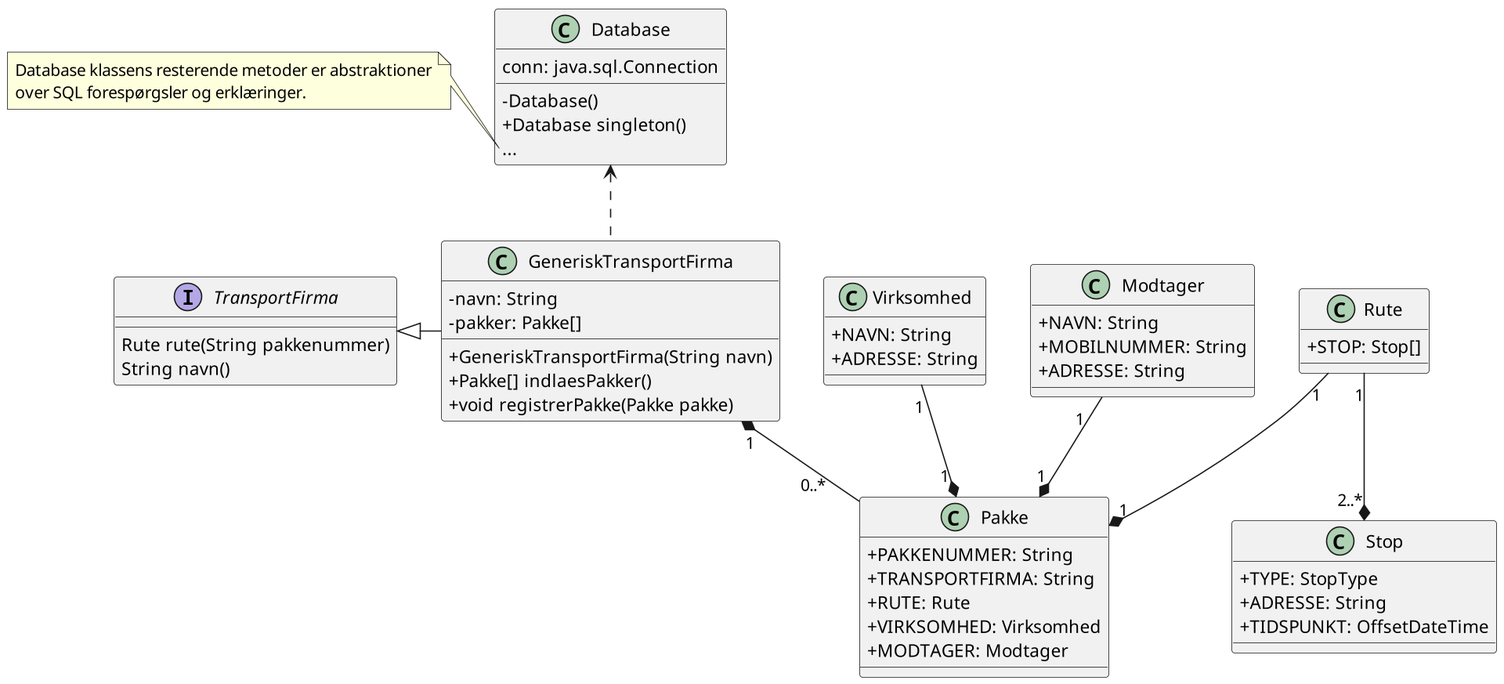
This is diagram/class-diagram.png from sofush/trace, a PlantUML export, as it was before one commit.
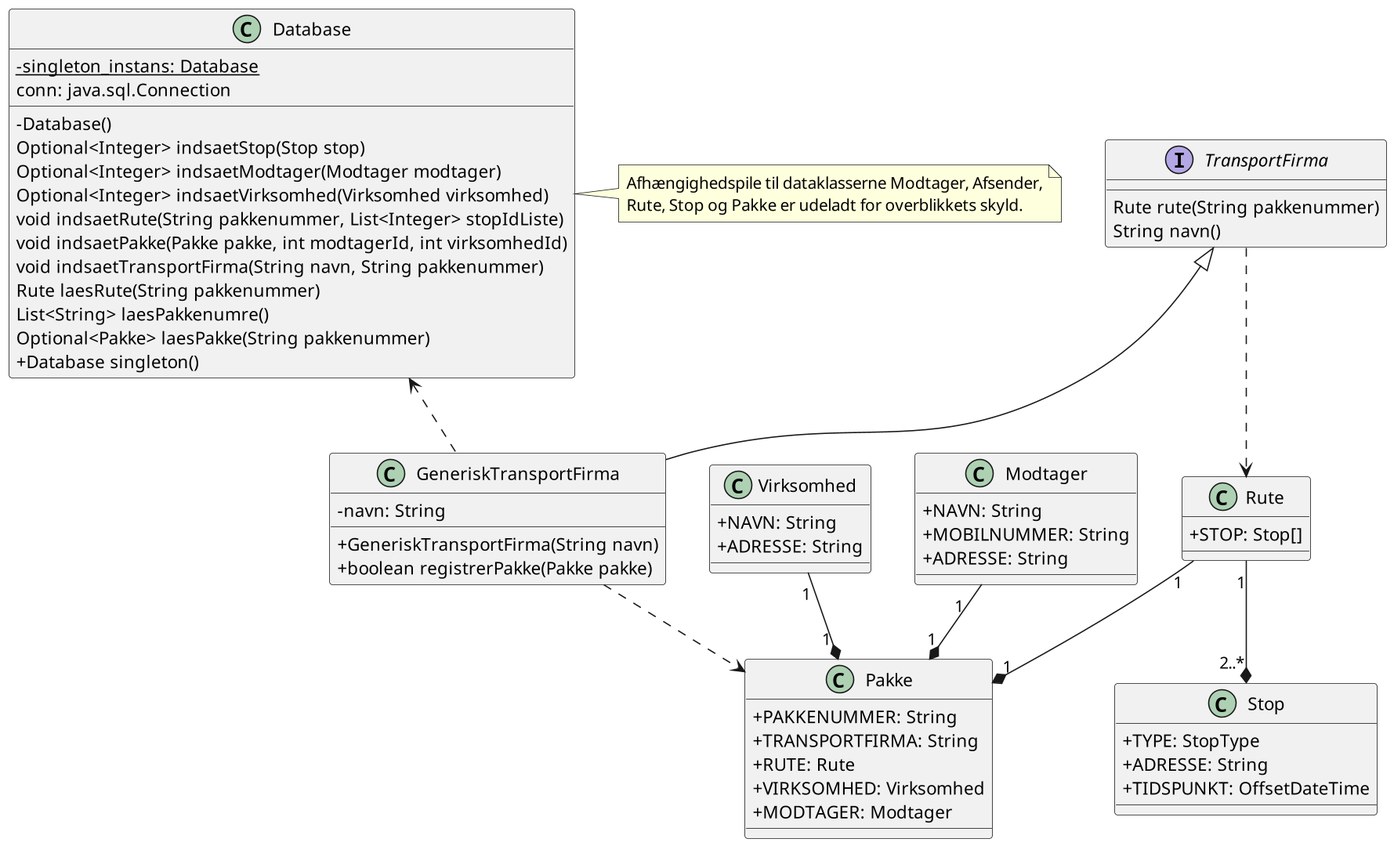
The same diagram one commit later.

Commit message:
docs: fiks returtype til registrerPakke i klasse diagrammet

The edit, as a diff of the source:
```diff
@@ -35,22 +35,30 @@
 Virksomhed "1" --* "1 " Pakke
 Modtager "1   " --* "1" Pakke
 class Database {
+	- {static} {field} singleton_instans: Database
 	{field} conn: java.sql.Connection
 	- Database()
+	Optional<Integer> indsaetStop(Stop stop)
+	Optional<Integer> indsaetModtager(Modtager modtager)
+	Optional<Integer> indsaetVirksomhed(Virksomhed virksomhed)
+	void indsaetRute(String pakkenummer, List<Integer> stopIdListe)
+	void indsaetPakke(Pakke pakke, int modtagerId, int virksomhedId)
+	void indsaetTransportFirma(String navn, String pakkenummer)
+	Rute laesRute(String pakkenummer)
+	List<String> laesPakkenumre()
+	Optional<Pakke> laesPakke(String pakkenummer)
 	+ Database singleton()
-	{method} ...
 }
-note left of Database::...
-	Database klassens resterende metoder er abstraktioner
-	over SQL forespørgsler og erklæringer.
+note right of Database
+	Afhængighedspile til dataklasserne Modtager, Afsender,
+	Rute, Stop og Pakke er udeladt for overblikkets skyld.
 end note
 Database <.. GeneriskTransportFirma
-GeneriskTransportFirma "1" *-- "0..*\t     " Pakke
+GeneriskTransportFirma ..> Pakke
+TransportFirma ..> Rute
 class GeneriskTransportFirma {
 	- navn: String
-	- pakker: Pakke[]
 	+ GeneriskTransportFirma(String navn)
-	+ Pakke[] indlaesPakker()
-	+ void registrerPakke(Pakke pakke)
+	+ boolean registrerPakke(Pakke pakke)
 }
 @enduml
```
